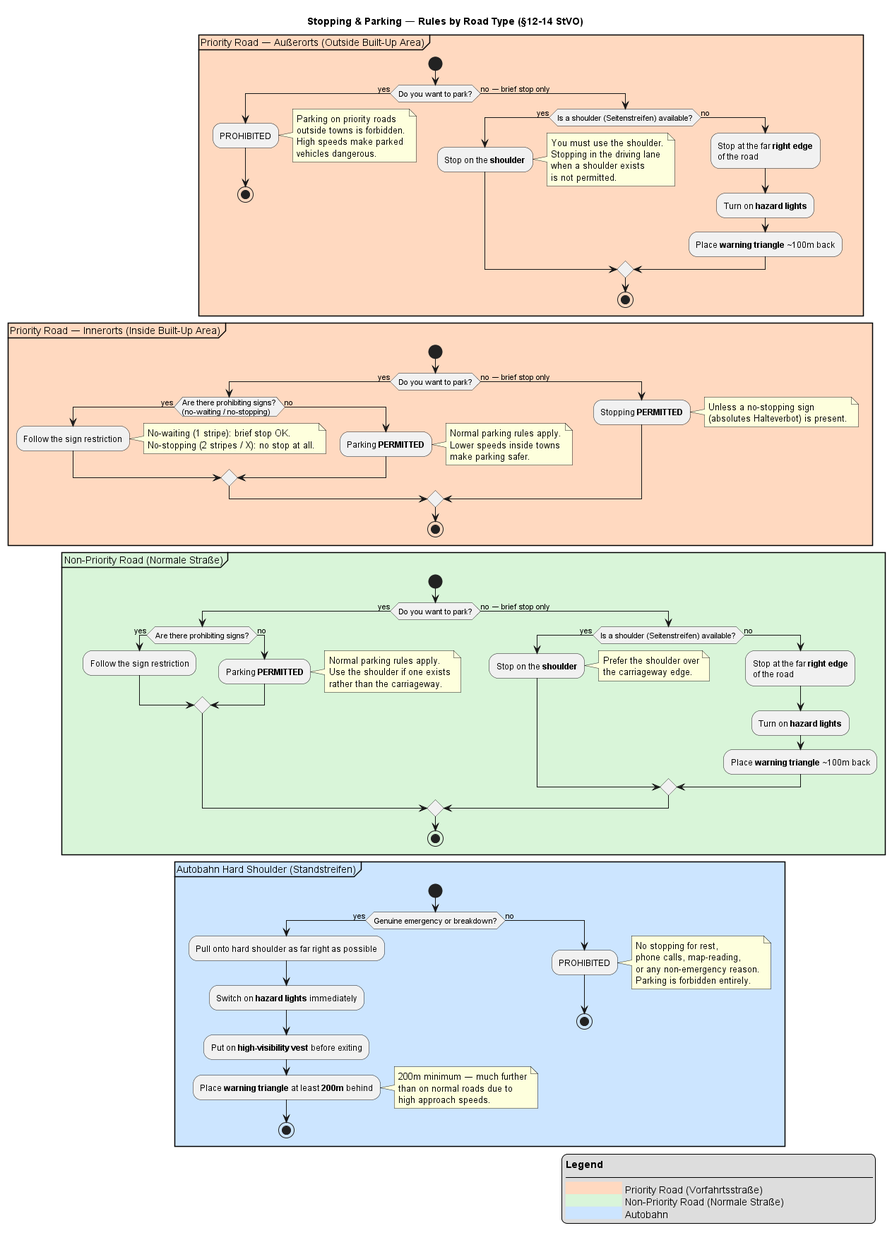
Above: puml/stopping_parking_by_road_type/Stopping and Parking by Road Type.png in JaSaltedChips/german-fuhrerschein-notes (PlantUML), before the change.
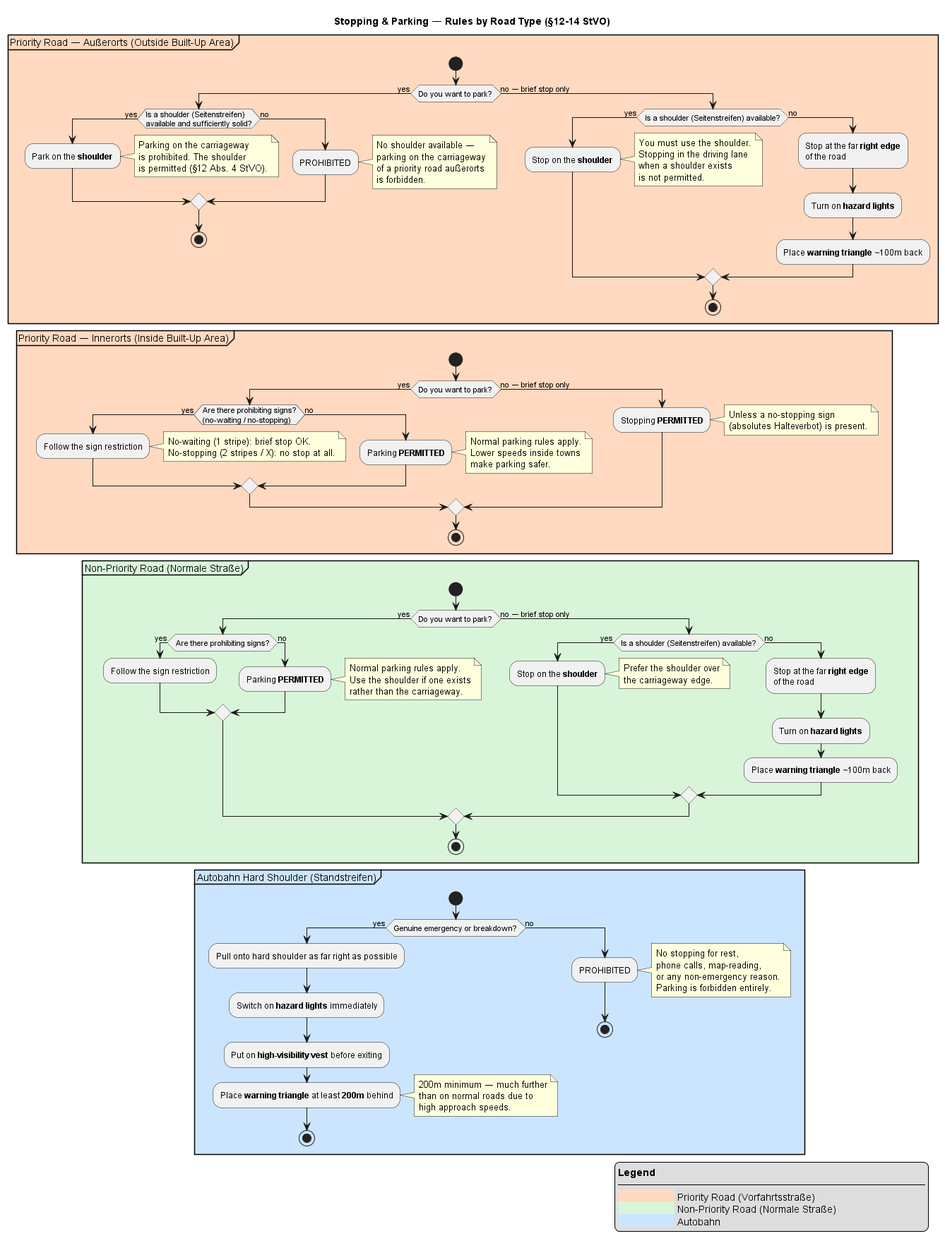
Above is the later version.

Commit message:
Regenerate the diagram

Change to the diagram source:
```diff
@@ -13,13 +13,22 @@
 partition "Priority Road — Außerorts (Outside Built-Up Area)" #FFD9C0 {
     start
     if (Do you want to park?) then (yes)
-        :PROHIBITED;
-        note right
-            Parking on priority roads
-            outside towns is forbidden.
-            High speeds make parked
-            vehicles dangerous.
-        end note
+        if (Is a shoulder (Seitenstreifen)\navailable and sufficiently solid?) then (yes)
+            :Park on the **shoulder**;
+            note right
+                Parking on the carriageway
+                is prohibited. The shoulder
+                is permitted (§12 Abs. 4 StVO).
+            end note
+        else (no)
+            :PROHIBITED;
+            note right
+                No shoulder available —
+                parking on the carriageway
+                of a priority road außerorts
+                is forbidden.
+            end note
+        endif
         stop
     else (no — brief stop only)
         if (Is a shoulder (Seitenstreifen) available?) then (yes)
```
